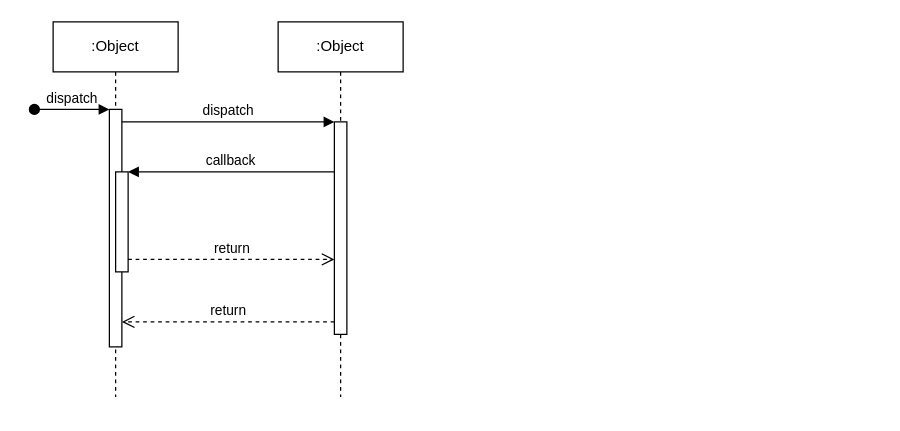
Above: Untitled Diagram.drawio in adl409/SE-project-Group-5 (draw.io), before the change. Source tidied: cells renumbered, new cells numbered last; positions are measured from the earlier drawing's top-left corner, leaving out a move shared by most shapes. Both pictures are drawn from the tidied source at 125%, with x=0, y=0 at pixel (34, 21).
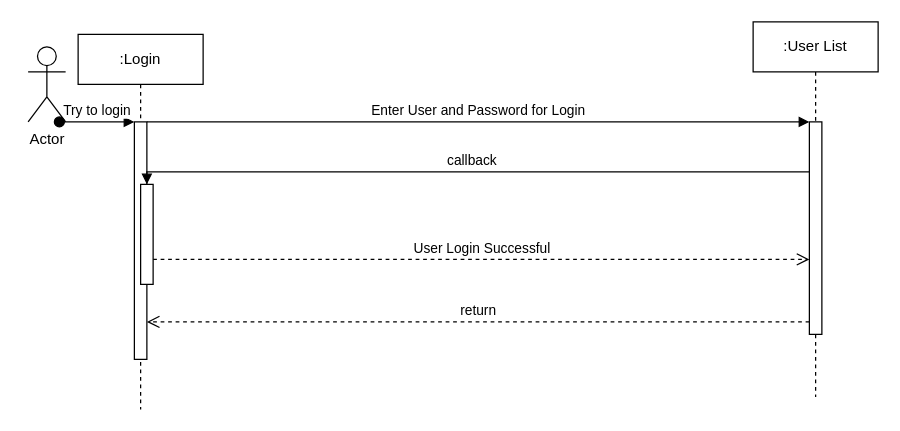
The same page after the edit.

Change to the diagram source:
```diff
@@
 <mxGraphModel>
   <root>
     <mxCell id="0" />
     <mxCell id="1" parent="0" />
-    <mxCell id="2" value=":Object" style="shape=umlLifeline;perimeter=lifelinePerimeter;whiteSpace=wrap;html=1;newEdgeStyle={&quot;edgeStyle&quot;:&quot;elbowEdgeStyle&quot;,&quot;elbow&quot;:&quot;vertical&quot;,&quot;curved&quot;:0,&quot;rounded&quot;:0};" parent="1" vertex="1">
-      <mxGeometry x="15" width="100" height="300" as="geometry" />
+    <mxCell id="2" value=":Login" style="shape=umlLifeline;perimeter=lifelinePerimeter;whiteSpace=wrap;html=1;newEdgeStyle={&quot;edgeStyle&quot;:&quot;elbowEdgeStyle&quot;,&quot;elbow&quot;:&quot;vertical&quot;,&quot;curved&quot;:0,&quot;rounded&quot;:0};" parent="1" vertex="1">
+      <mxGeometry x="35" y="10" width="100" height="300" as="geometry" />
     </mxCell>
     <mxCell id="3" style="html=1;points=[];perimeter=orthogonalPerimeter;outlineConnect=0;targetShapes=umlLifeline;portConstraint=eastwest;newEdgeStyle={&quot;edgeStyle&quot;:&quot;elbowEdgeStyle&quot;,&quot;elbow&quot;:&quot;vertical&quot;,&quot;curved&quot;:0,&quot;rounded&quot;:0};" parent="2" vertex="1">
       <mxGeometry x="45" y="70" width="10" height="190" as="geometry" />
     </mxCell>
-    <mxCell id="4" value="dispatch" style="html=1;verticalAlign=bottom;startArrow=oval;endArrow=block;startSize=8;edgeStyle=elbowEdgeStyle;elbow=vertical;curved=0;rounded=0;" parent="2" edge="1" target="3">
+    <mxCell id="4" value="Try to login" style="html=1;verticalAlign=bottom;startArrow=oval;endArrow=block;startSize=8;edgeStyle=elbowEdgeStyle;elbow=vertical;curved=0;rounded=0;" parent="2" edge="1" target="3">
       <mxGeometry relative="1" as="geometry">
         <mxPoint x="-15" y="70" as="sourcePoint" />
       </mxGeometry>
     </mxCell>
     <mxCell id="5" style="html=1;points=[];perimeter=orthogonalPerimeter;outlineConnect=0;targetShapes=umlLifeline;portConstraint=eastwest;newEdgeStyle={&quot;edgeStyle&quot;:&quot;elbowEdgeStyle&quot;,&quot;elbow&quot;:&quot;vertical&quot;,&quot;curved&quot;:0,&quot;rounded&quot;:0};" parent="2" vertex="1">
       <mxGeometry x="50" y="120" width="10" height="80" as="geometry" />
     </mxCell>
-    <mxCell id="6" value=":Object" style="shape=umlLifeline;perimeter=lifelinePerimeter;whiteSpace=wrap;html=1;newEdgeStyle={&quot;edgeStyle&quot;:&quot;elbowEdgeStyle&quot;,&quot;elbow&quot;:&quot;vertical&quot;,&quot;curved&quot;:0,&quot;rounded&quot;:0};" parent="1" vertex="1">
-      <mxGeometry x="195" width="100" height="300" as="geometry" />
+    <mxCell id="6" value=":User List" style="shape=umlLifeline;perimeter=lifelinePerimeter;whiteSpace=wrap;html=1;newEdgeStyle={&quot;edgeStyle&quot;:&quot;elbowEdgeStyle&quot;,&quot;elbow&quot;:&quot;vertical&quot;,&quot;curved&quot;:0,&quot;rounded&quot;:0};" parent="1" vertex="1">
+      <mxGeometry x="575" width="100" height="300" as="geometry" />
     </mxCell>
     <mxCell id="7" style="html=1;points=[];perimeter=orthogonalPerimeter;outlineConnect=0;targetShapes=umlLifeline;portConstraint=eastwest;newEdgeStyle={&quot;edgeStyle&quot;:&quot;elbowEdgeStyle&quot;,&quot;elbow&quot;:&quot;vertical&quot;,&quot;curved&quot;:0,&quot;rounded&quot;:0};" parent="6" vertex="1">
       <mxGeometry x="45" y="80" width="10" height="170" as="geometry" />
     </mxCell>
-    <mxCell id="8" value="dispatch" style="html=1;verticalAlign=bottom;endArrow=block;edgeStyle=elbowEdgeStyle;elbow=vertical;curved=0;rounded=0;" parent="1" edge="1" source="3" target="7">
+    <mxCell id="8" value="Enter User and Password for Login" style="html=1;verticalAlign=bottom;endArrow=block;edgeStyle=elbowEdgeStyle;elbow=vertical;curved=0;rounded=0;" parent="1" edge="1" source="3" target="7">
       <mxGeometry relative="1" as="geometry">
         <Array as="points">
           <mxPoint x="155" y="80" />
         </Array>
       </mxGeometry>
     </mxCell>
     <mxCell id="9" value="return" style="html=1;verticalAlign=bottom;endArrow=open;dashed=1;endSize=8;edgeStyle=elbowEdgeStyle;elbow=vertical;curved=0;rounded=0;" parent="1" edge="1" source="7" target="3">
       <mxGeometry relative="1" as="geometry">
         <Array as="points">
           <mxPoint x="165" y="240" />
         </Array>
       </mxGeometry>
     </mxCell>
     <mxCell id="10" value="callback" style="html=1;verticalAlign=bottom;endArrow=block;edgeStyle=elbowEdgeStyle;elbow=vertical;curved=0;rounded=0;" parent="1" edge="1" source="7" target="5">
       <mxGeometry relative="1" as="geometry">
         <Array as="points">
           <mxPoint x="165" y="120" />
         </Array>
       </mxGeometry>
     </mxCell>
-    <mxCell id="11" value="return" style="html=1;verticalAlign=bottom;endArrow=open;dashed=1;endSize=8;edgeStyle=elbowEdgeStyle;elbow=vertical;curved=0;rounded=0;" parent="1" edge="1" source="5" target="7">
+    <mxCell id="11" value="User Login Successful" style="html=1;verticalAlign=bottom;endArrow=open;dashed=1;endSize=8;edgeStyle=elbowEdgeStyle;elbow=vertical;curved=0;rounded=0;" parent="1" edge="1" source="5" target="7">
       <mxGeometry relative="1" as="geometry">
         <Array as="points">
           <mxPoint x="155" y="190" />
         </Array>
       </mxGeometry>
     </mxCell>
+    <mxCell id="12" value="Actor" style="shape=umlActor;verticalLabelPosition=bottom;verticalAlign=top;html=1;" parent="1" vertex="1">
+      <mxGeometry x="-5" y="20" width="30" height="60" as="geometry" />
+    </mxCell>
   </root>
 </mxGraphModel>
```
